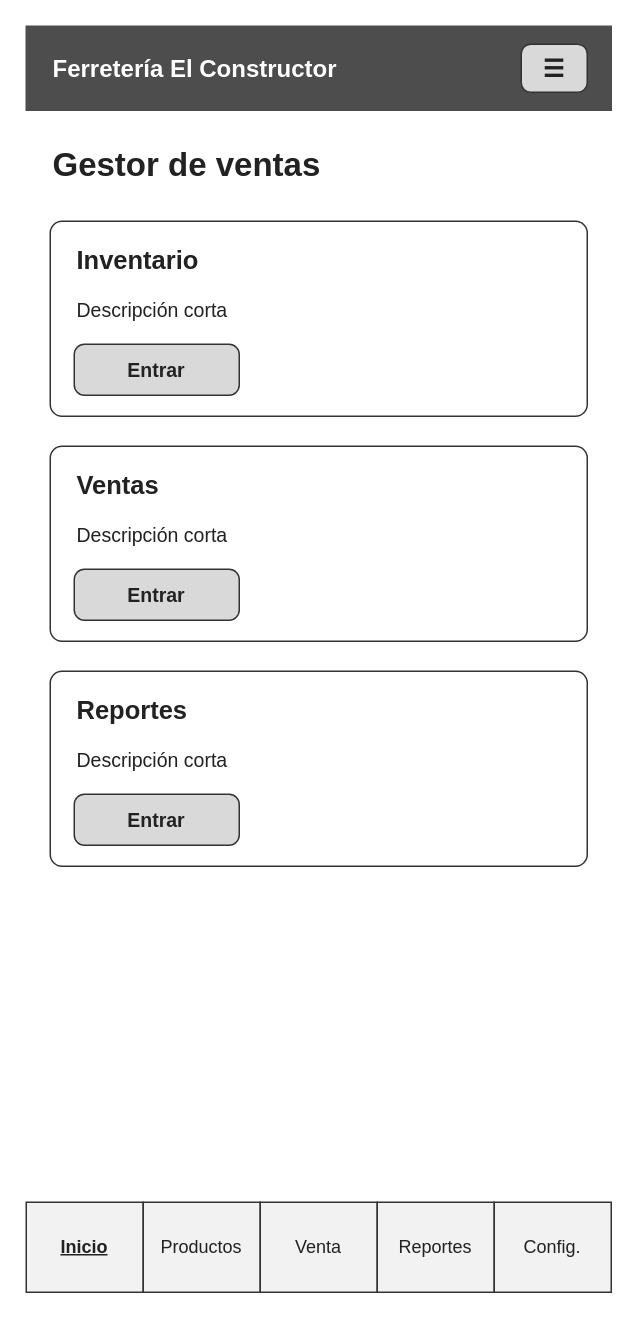
Before: page "Inicio (celular)" (10 of 17) of docs/bocetos/ferreteria-bocetos.drawio in oropezadev-wq/ferreteria-ventas, a draw.io diagram. Source tidied: cells renumbered, new cells numbered last; positions are measured from the earlier drawing's top-left corner, leaving out a move shared by most shapes. Both pictures are drawn from the tidied source at 150%, with x=0, y=0 at pixel (26, 26).
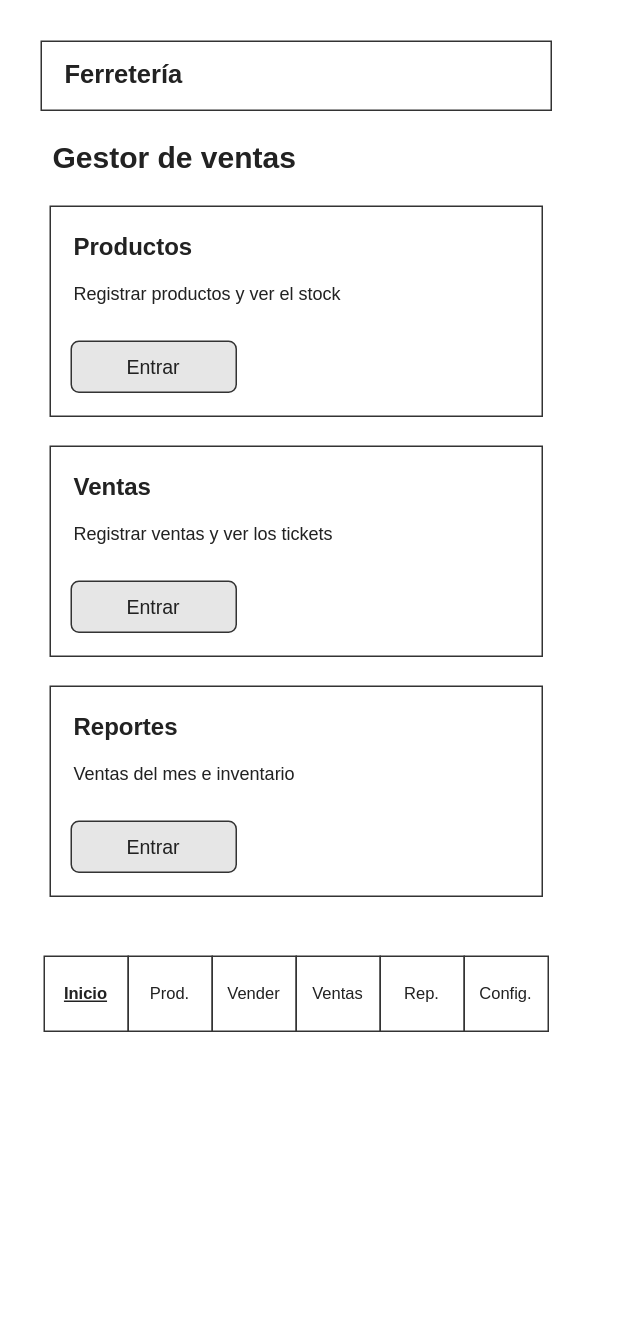
After the change.

Diff of the diagram source:
```diff
@@
-    <mxCell id="2" value="Ferretería El Constructor" style="rounded=0;whiteSpace=wrap;html=1;fillColor=#4D4D4D;strokeColor=#4D4D4D;fontColor=#FFFFFF;fontFamily=Arial;align=left;spacingLeft=16;fontStyle=1;fontSize=16;" parent="1" vertex="1">
-      <mxGeometry width="390" height="56" as="geometry" />
+    <mxCell id="2" style="rounded=0;whiteSpace=wrap;html=1;fillColor=none;fontFamily=Helvetica;fontColor=#222222;strokeColor=#333333;fontSize=14;" parent="1" vertex="1">
+      <mxGeometry x="10" y="10" width="340" height="46" as="geometry" />
     </mxCell>
-    <mxCell id="3" value="☰" style="rounded=1;arcSize=20;whiteSpace=wrap;html=1;fillColor=#D9D9D9;fontStyle=1;strokeColor=#333333;fontFamily=Arial;fontColor=#222222;fontSize=16;" parent="1" vertex="1">
-      <mxGeometry x="330" y="12" width="44" height="32" as="geometry" />
+    <mxCell id="3" value="Ferretería" style="text;html=1;align=left;verticalAlign=middle;whiteSpace=wrap;fontFamily=Helvetica;fontColor=#222222;fontStyle=1;fontSize=17;" parent="1" vertex="1">
+      <mxGeometry x="24" y="14" width="300" height="38" as="geometry" />
     </mxCell>
-    <mxCell id="4" value="&lt;u&gt;&lt;b&gt;Inicio&lt;/b&gt;&lt;/u&gt;" style="rounded=0;arcSize=6;whiteSpace=wrap;html=1;fillColor=#F2F2F2;strokeColor=#333333;fontFamily=Arial;fontColor=#222222;fontSize=12;" parent="1" vertex="1">
-      <mxGeometry y="784" width="78" height="60" as="geometry" />
+    <mxCell id="4" value="&lt;u&gt;&lt;b&gt;Inicio&lt;/b&gt;&lt;/u&gt;" style="rounded=0;whiteSpace=wrap;html=1;fillColor=none;fontFamily=Helvetica;fontColor=#222222;strokeColor=#333333;fontSize=11;" parent="1" vertex="1">
+      <mxGeometry x="12" y="620" width="56" height="50" as="geometry" />
     </mxCell>
-    <mxCell id="5" value="Productos" style="rounded=0;arcSize=6;whiteSpace=wrap;html=1;fillColor=#F2F2F2;strokeColor=#333333;fontFamily=Arial;fontColor=#222222;fontSize=12;" parent="1" vertex="1">
-      <mxGeometry x="78" y="784" width="78" height="60" as="geometry" />
+    <mxCell id="5" value="Prod." style="rounded=0;whiteSpace=wrap;html=1;fillColor=none;fontFamily=Helvetica;fontColor=#222222;strokeColor=#333333;fontSize=11;" parent="1" vertex="1">
+      <mxGeometry x="68" y="620" width="56" height="50" as="geometry" />
     </mxCell>
-    <mxCell id="6" value="Venta" style="rounded=0;arcSize=6;whiteSpace=wrap;html=1;fillColor=#F2F2F2;strokeColor=#333333;fontFamily=Arial;fontColor=#222222;fontSize=12;" parent="1" vertex="1">
-      <mxGeometry x="156" y="784" width="78" height="60" as="geometry" />
+    <mxCell id="6" value="Vender" style="rounded=0;whiteSpace=wrap;html=1;fillColor=none;fontFamily=Helvetica;fontColor=#222222;strokeColor=#333333;fontSize=11;" parent="1" vertex="1">
+      <mxGeometry x="124" y="620" width="56" height="50" as="geometry" />
     </mxCell>
-    <mxCell id="7" value="Reportes" style="rounded=0;arcSize=6;whiteSpace=wrap;html=1;fillColor=#F2F2F2;strokeColor=#333333;fontFamily=Arial;fontColor=#222222;fontSize=12;" parent="1" vertex="1">
-      <mxGeometry x="234" y="784" width="78" height="60" as="geometry" />
+    <mxCell id="7" value="Ventas" style="rounded=0;whiteSpace=wrap;html=1;fillColor=none;fontFamily=Helvetica;fontColor=#222222;strokeColor=#333333;fontSize=11;" parent="1" vertex="1">
+      <mxGeometry x="180" y="620" width="56" height="50" as="geometry" />
     </mxCell>
-    <mxCell id="8" value="Config." style="rounded=0;arcSize=6;whiteSpace=wrap;html=1;fillColor=#F2F2F2;strokeColor=#333333;fontFamily=Arial;fontColor=#222222;fontSize=12;" parent="1" vertex="1">
-      <mxGeometry x="312" y="784" width="78" height="60" as="geometry" />
+    <mxCell id="8" value="Rep." style="rounded=0;whiteSpace=wrap;html=1;fillColor=none;fontFamily=Helvetica;fontColor=#222222;strokeColor=#333333;fontSize=11;" parent="1" vertex="1">
+      <mxGeometry x="236" y="620" width="56" height="50" as="geometry" />
     </mxCell>
-    <mxCell id="9" value="Gestor de ventas" style="text;html=1;align=left;verticalAlign=middle;whiteSpace=wrap;fontFamily=Arial;fontColor=#222222;fontStyle=1;fontSize=22;" parent="1" vertex="1">
-      <mxGeometry x="16" y="76" width="358" height="34" as="geometry" />
+    <mxCell id="9" value="Config." style="rounded=0;whiteSpace=wrap;html=1;fillColor=none;fontFamily=Helvetica;fontColor=#222222;strokeColor=#333333;fontSize=11;" parent="1" vertex="1">
+      <mxGeometry x="292" y="620" width="56" height="50" as="geometry" />
     </mxCell>
-    <mxCell id="10" style="rounded=1;arcSize=6;whiteSpace=wrap;html=1;fillColor=#FFFFFF;strokeColor=#333333;fontFamily=Arial;fontColor=#222222;fontSize=14;" parent="1" vertex="1">
-      <mxGeometry x="16" y="130" width="358" height="130" as="geometry" />
+    <mxCell id="10" value="Gestor de ventas" style="text;html=1;align=left;verticalAlign=middle;whiteSpace=wrap;fontFamily=Helvetica;fontColor=#222222;fontStyle=1;fontSize=20;" parent="1" vertex="1">
+      <mxGeometry x="16" y="70" width="330" height="34" as="geometry" />
     </mxCell>
-    <mxCell id="11" value="Inventario" style="text;html=1;align=left;verticalAlign=middle;whiteSpace=wrap;fontFamily=Arial;fontColor=#222222;fontStyle=1;fontSize=17;" parent="1" vertex="1">
-      <mxGeometry x="32" y="142" width="320" height="30" as="geometry" />
+    <mxCell id="11" style="rounded=0;whiteSpace=wrap;html=1;fillColor=none;fontFamily=Helvetica;fontColor=#222222;strokeColor=#333333;fontSize=14;" parent="1" vertex="1">
+      <mxGeometry x="16" y="120" width="328" height="140" as="geometry" />
     </mxCell>
-    <mxCell id="12" value="Descripción corta" style="text;html=1;align=left;verticalAlign=middle;whiteSpace=wrap;fontFamily=Arial;fontColor=#222222;fontSize=13;" parent="1" vertex="1">
-      <mxGeometry x="32" y="174" width="320" height="30" as="geometry" />
+    <mxCell id="12" value="Productos" style="text;html=1;align=left;verticalAlign=middle;whiteSpace=wrap;fontFamily=Helvetica;fontColor=#222222;fontStyle=1;fontSize=16;" parent="1" vertex="1">
+      <mxGeometry x="30" y="132" width="290" height="30" as="geometry" />
     </mxCell>
-    <mxCell id="13" value="Entrar" style="rounded=1;arcSize=20;whiteSpace=wrap;html=1;fillColor=#D9D9D9;fontStyle=1;strokeColor=#333333;fontFamily=Arial;fontColor=#222222;fontSize=13;" parent="1" vertex="1">
-      <mxGeometry x="32" y="212" width="110" height="34" as="geometry" />
+    <mxCell id="13" value="Registrar productos y ver el stock" style="text;html=1;align=left;verticalAlign=middle;whiteSpace=wrap;fontFamily=Helvetica;fontColor=#222222;fontSize=12;" parent="1" vertex="1">
+      <mxGeometry x="30" y="166" width="290" height="26" as="geometry" />
     </mxCell>
-    <mxCell id="14" style="rounded=1;arcSize=6;whiteSpace=wrap;html=1;fillColor=#FFFFFF;strokeColor=#333333;fontFamily=Arial;fontColor=#222222;fontSize=14;" parent="1" vertex="1">
-      <mxGeometry x="16" y="280" width="358" height="130" as="geometry" />
+    <mxCell id="14" value="Entrar" style="rounded=1;whiteSpace=wrap;html=1;fillColor=#E6E6E6;fontFamily=Helvetica;fontColor=#222222;strokeColor=#333333;fontSize=13;" parent="1" vertex="1">
+      <mxGeometry x="30" y="210" width="110" height="34" as="geometry" />
     </mxCell>
-    <mxCell id="15" value="Ventas" style="text;html=1;align=left;verticalAlign=middle;whiteSpace=wrap;fontFamily=Arial;fontColor=#222222;fontStyle=1;fontSize=17;" parent="1" vertex="1">
-      <mxGeometry x="32" y="292" width="320" height="30" as="geometry" />
+    <mxCell id="15" style="rounded=0;whiteSpace=wrap;html=1;fillColor=none;fontFamily=Helvetica;fontColor=#222222;strokeColor=#333333;fontSize=14;" parent="1" vertex="1">
+      <mxGeometry x="16" y="280" width="328" height="140" as="geometry" />
     </mxCell>
-    <mxCell id="16" value="Descripción corta" style="text;html=1;align=left;verticalAlign=middle;whiteSpace=wrap;fontFamily=Arial;fontColor=#222222;fontSize=13;" parent="1" vertex="1">
-      <mxGeometry x="32" y="324" width="320" height="30" as="geometry" />
+    <mxCell id="16" value="Ventas" style="text;html=1;align=left;verticalAlign=middle;whiteSpace=wrap;fontFamily=Helvetica;fontColor=#222222;fontStyle=1;fontSize=16;" parent="1" vertex="1">
+      <mxGeometry x="30" y="292" width="290" height="30" as="geometry" />
     </mxCell>
-    <mxCell id="17" value="Entrar" style="rounded=1;arcSize=20;whiteSpace=wrap;html=1;fillColor=#D9D9D9;fontStyle=1;strokeColor=#333333;fontFamily=Arial;fontColor=#222222;fontSize=13;" parent="1" vertex="1">
-      <mxGeometry x="32" y="362" width="110" height="34" as="geometry" />
+    <mxCell id="17" value="Registrar ventas y ver los tickets" style="text;html=1;align=left;verticalAlign=middle;whiteSpace=wrap;fontFamily=Helvetica;fontColor=#222222;fontSize=12;" parent="1" vertex="1">
+      <mxGeometry x="30" y="326" width="290" height="26" as="geometry" />
     </mxCell>
-    <mxCell id="18" style="rounded=1;arcSize=6;whiteSpace=wrap;html=1;fillColor=#FFFFFF;strokeColor=#333333;fontFamily=Arial;fontColor=#222222;fontSize=14;" parent="1" vertex="1">
-      <mxGeometry x="16" y="430" width="358" height="130" as="geometry" />
+    <mxCell id="18" value="Entrar" style="rounded=1;whiteSpace=wrap;html=1;fillColor=#E6E6E6;fontFamily=Helvetica;fontColor=#222222;strokeColor=#333333;fontSize=13;" parent="1" vertex="1">
+      <mxGeometry x="30" y="370" width="110" height="34" as="geometry" />
     </mxCell>
-    <mxCell id="19" value="Reportes" style="text;html=1;align=left;verticalAlign=middle;whiteSpace=wrap;fontFamily=Arial;fontColor=#222222;fontStyle=1;fontSize=17;" parent="1" vertex="1">
-      <mxGeometry x="32" y="442" width="320" height="30" as="geometry" />
+    <mxCell id="19" style="rounded=0;whiteSpace=wrap;html=1;fillColor=none;fontFamily=Helvetica;fontColor=#222222;strokeColor=#333333;fontSize=14;" parent="1" vertex="1">
+      <mxGeometry x="16" y="440" width="328" height="140" as="geometry" />
     </mxCell>
-    <mxCell id="20" value="Descripción corta" style="text;html=1;align=left;verticalAlign=middle;whiteSpace=wrap;fontFamily=Arial;fontColor=#222222;fontSize=13;" parent="1" vertex="1">
-      <mxGeometry x="32" y="474" width="320" height="30" as="geometry" />
+    <mxCell id="20" value="Reportes" style="text;html=1;align=left;verticalAlign=middle;whiteSpace=wrap;fontFamily=Helvetica;fontColor=#222222;fontStyle=1;fontSize=16;" parent="1" vertex="1">
+      <mxGeometry x="30" y="452" width="290" height="30" as="geometry" />
     </mxCell>
-    <mxCell id="21" value="Entrar" style="rounded=1;arcSize=20;whiteSpace=wrap;html=1;fillColor=#D9D9D9;fontStyle=1;strokeColor=#333333;fontFamily=Arial;fontColor=#222222;fontSize=13;" parent="1" vertex="1">
-      <mxGeometry x="32" y="512" width="110" height="34" as="geometry" />
+    <mxCell id="21" value="Ventas del mes e inventario" style="text;html=1;align=left;verticalAlign=middle;whiteSpace=wrap;fontFamily=Helvetica;fontColor=#222222;fontSize=12;" parent="1" vertex="1">
+      <mxGeometry x="30" y="486" width="290" height="26" as="geometry" />
     </mxCell>
+    <mxCell id="22" value="Entrar" style="rounded=1;whiteSpace=wrap;html=1;fillColor=#E6E6E6;fontFamily=Helvetica;fontColor=#222222;strokeColor=#333333;fontSize=13;" parent="1" vertex="1">
+      <mxGeometry x="30" y="530" width="110" height="34" as="geometry" />
+    </mxCell>
```
